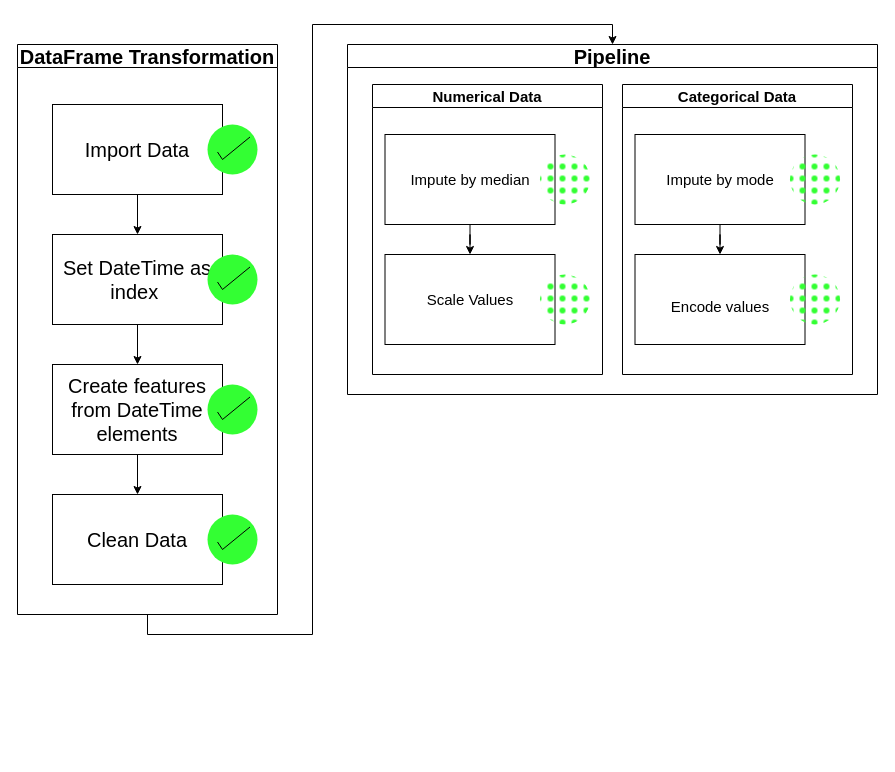
The draw.io diagram page "Page-2" (1 of 2) of Steel Industry/Prog Diagram.drawio in wyx-smrf/Windows-Misc, before the edit. Source tidied: cells renumbered, new cells numbered last; positions are measured from the earlier drawing's top-left corner, leaving out a move shared by most shapes. Both pictures are drawn from the tidied source at 100%, with x=0, y=0 at pixel (17, 44).
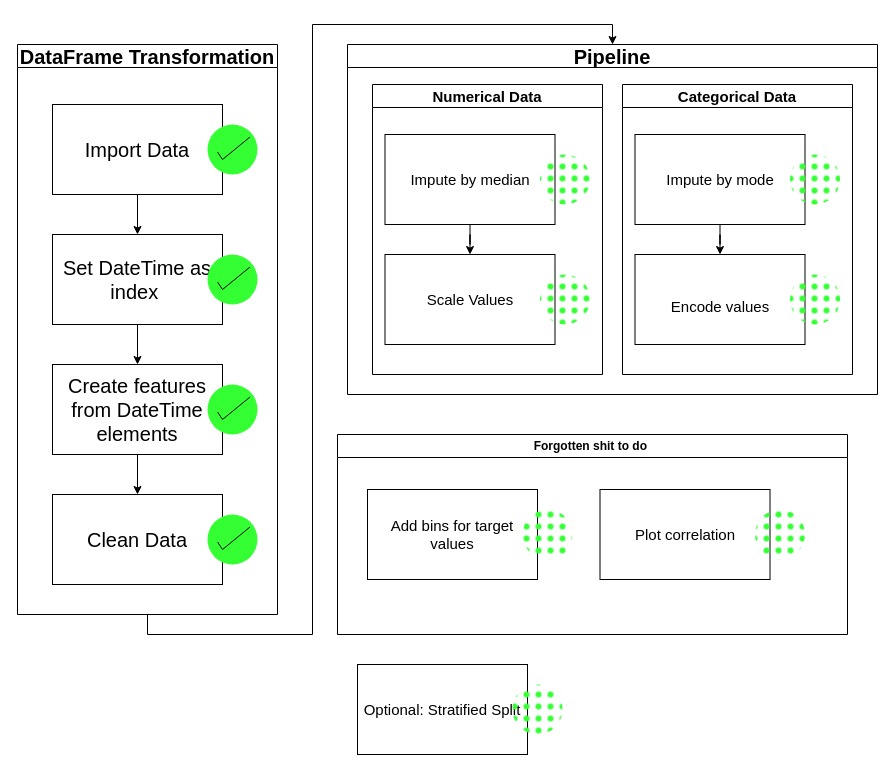
After the change.

Change to the diagram source:
```diff
@@
+    <mxCell id="32" value="Forgotten shit to do&amp;nbsp;" style="swimlane;whiteSpace=wrap;html=1;startSize=23;" parent="1" vertex="1">
+      <mxGeometry x="320" y="390" width="510" height="200" as="geometry" />
+    </mxCell>
+    <mxCell id="33" style="group;" parent="32" vertex="1">
+      <mxGeometry x="30" y="55" width="205" height="90" as="geometry" />
+    </mxCell>
+    <mxCell id="34" value="&lt;font style=&quot;font-size: 15px;&quot;&gt;Add bins for target values&lt;/font&gt;" style="rounded=0;whiteSpace=wrap;html=1;" parent="33" vertex="1">
+      <mxGeometry width="170" height="90" as="geometry" />
+    </mxCell>
+    <mxCell id="35" style="html=1;verticalLabelPosition=bottom;labelBackgroundColor=#ffffff;verticalAlign=top;shadow=0;dashed=0;strokeWidth=2;shape=mxgraph.ios7.misc.select;fillColor=#33FF33;strokeColor=none;sketch=0;fontSize=20;fillStyle=dots;perimeterSpacing=0;" parent="33" vertex="1">
+      <mxGeometry x="155" y="20" width="50" height="50" as="geometry" />
+    </mxCell>
+    <mxCell id="36" style="group;" parent="32" vertex="1">
+      <mxGeometry x="262.5" y="55" width="205" height="90" as="geometry" />
+    </mxCell>
+    <mxCell id="37" value="&lt;font style=&quot;font-size: 15px;&quot;&gt;Plot correlation&lt;/font&gt;" style="rounded=0;whiteSpace=wrap;html=1;" parent="36" vertex="1">
+      <mxGeometry width="170" height="90" as="geometry" />
+    </mxCell>
+    <mxCell id="38" style="html=1;verticalLabelPosition=bottom;labelBackgroundColor=#ffffff;verticalAlign=top;shadow=0;dashed=0;strokeWidth=2;shape=mxgraph.ios7.misc.select;fillColor=#33FF33;strokeColor=none;sketch=0;fontSize=20;fillStyle=dots;perimeterSpacing=0;" parent="36" vertex="1">
+      <mxGeometry x="155" y="20" width="50" height="50" as="geometry" />
+    </mxCell>
+    <mxCell id="39" style="group;" parent="1" vertex="1">
+      <mxGeometry x="340" y="620" width="205" height="90" as="geometry" />
+    </mxCell>
+    <mxCell id="40" value="&lt;font style=&quot;font-size: 15px;&quot;&gt;Optional: Stratified Split&lt;/font&gt;" style="rounded=0;whiteSpace=wrap;html=1;" parent="39" vertex="1">
+      <mxGeometry width="170" height="90" as="geometry" />
+    </mxCell>
+    <mxCell id="41" style="html=1;verticalLabelPosition=bottom;labelBackgroundColor=#ffffff;verticalAlign=top;shadow=0;dashed=0;strokeWidth=2;shape=mxgraph.ios7.misc.select;fillColor=#33FF33;strokeColor=none;sketch=0;fontSize=20;fillStyle=dots;perimeterSpacing=0;" parent="39" vertex="1">
+      <mxGeometry x="155" y="20" width="50" height="50" as="geometry" />
+    </mxCell>
```
